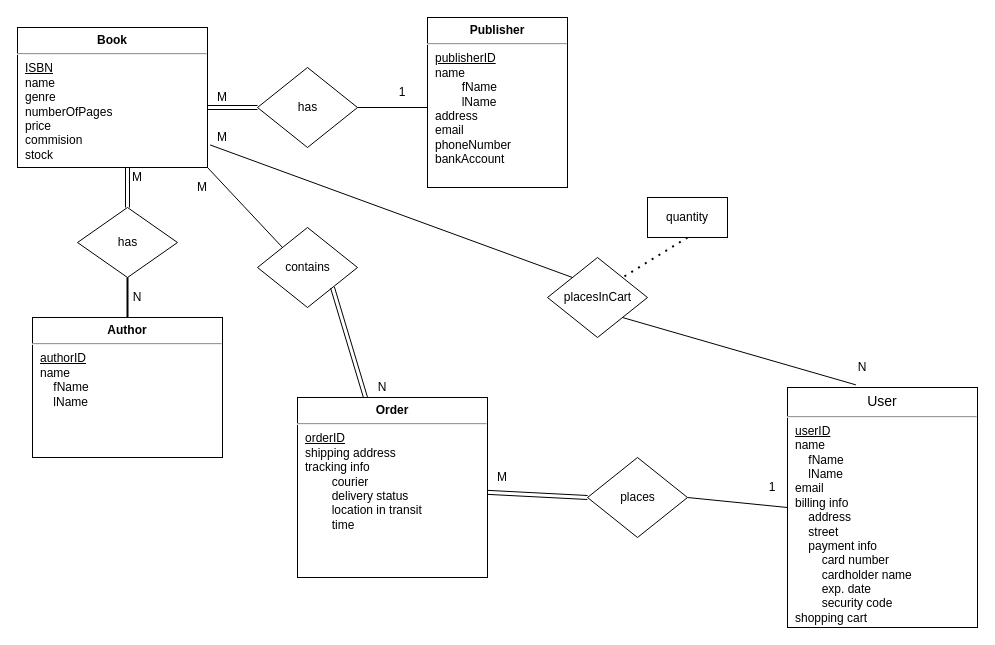
Before: report/ERDiagram.drawio in phampe68/COMP3005FinalProject, a draw.io diagram. Source tidied: cells renumbered, new cells numbered last; positions are measured from the earlier drawing's top-left corner, leaving out a move shared by most shapes. Both pictures are drawn from the tidied source at 100%, with x=0, y=0 at pixel (17, 17).
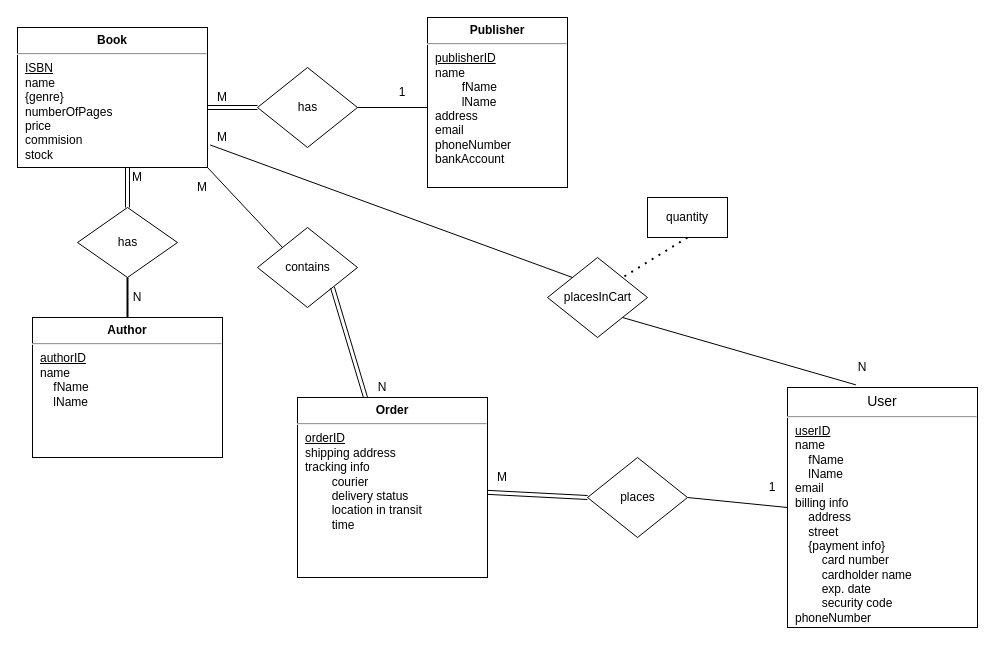
After the change.

The edit, as a diff of the source:
```diff
@@
-    <mxCell id="12" value="&lt;p style=&quot;margin: 0px ; margin-top: 6px ; text-align: center&quot;&gt;&lt;b&gt;Book&lt;/b&gt;&lt;/p&gt;&lt;hr&gt;&lt;p style=&quot;margin: 0px ; margin-left: 8px&quot;&gt;&lt;u&gt;ISBN&lt;/u&gt;&lt;/p&gt;&lt;p style=&quot;margin: 0px ; margin-left: 8px&quot;&gt;name&lt;/p&gt;&lt;p style=&quot;margin: 0px ; margin-left: 8px&quot;&gt;genre&lt;/p&gt;&lt;p style=&quot;margin: 0px ; margin-left: 8px&quot;&gt;numberOfPages&lt;/p&gt;&lt;p style=&quot;margin: 0px ; margin-left: 8px&quot;&gt;price&lt;/p&gt;&lt;p style=&quot;margin: 0px ; margin-left: 8px&quot;&gt;commision&lt;/p&gt;&lt;p style=&quot;margin: 0px ; margin-left: 8px&quot;&gt;stock&lt;/p&gt;&lt;p style=&quot;margin: 0px ; margin-left: 8px&quot;&gt;&lt;br&gt;&lt;/p&gt;&lt;p style=&quot;margin: 0px ; margin-left: 8px&quot;&gt;&lt;br&gt;&lt;/p&gt;&lt;p style=&quot;margin: 0px ; margin-left: 8px&quot;&gt;&lt;br&gt;&lt;/p&gt;&lt;p style=&quot;margin: 0px ; margin-left: 8px&quot;&gt;&lt;br&gt;&lt;/p&gt;&lt;p style=&quot;margin: 0px ; margin-left: 8px&quot;&gt;&lt;br&gt;&lt;/p&gt;&lt;p style=&quot;margin: 0px ; margin-left: 8px&quot;&gt;&lt;br&gt;&lt;/p&gt;" style="align=left;overflow=fill;html=1;" parent="1" vertex="1">
+    <mxCell id="12" value="&lt;p style=&quot;margin: 0px ; margin-top: 6px ; text-align: center&quot;&gt;&lt;b&gt;Book&lt;/b&gt;&lt;/p&gt;&lt;hr&gt;&lt;p style=&quot;margin: 0px ; margin-left: 8px&quot;&gt;&lt;u&gt;ISBN&lt;/u&gt;&lt;/p&gt;&lt;p style=&quot;margin: 0px ; margin-left: 8px&quot;&gt;name&lt;/p&gt;&lt;p style=&quot;margin: 0px ; margin-left: 8px&quot;&gt;{genre}&lt;/p&gt;&lt;p style=&quot;margin: 0px ; margin-left: 8px&quot;&gt;numberOfPages&lt;/p&gt;&lt;p style=&quot;margin: 0px ; margin-left: 8px&quot;&gt;price&lt;/p&gt;&lt;p style=&quot;margin: 0px ; margin-left: 8px&quot;&gt;commision&lt;/p&gt;&lt;p style=&quot;margin: 0px ; margin-left: 8px&quot;&gt;stock&lt;/p&gt;&lt;p style=&quot;margin: 0px ; margin-left: 8px&quot;&gt;&lt;br&gt;&lt;/p&gt;&lt;p style=&quot;margin: 0px ; margin-left: 8px&quot;&gt;&lt;br&gt;&lt;/p&gt;&lt;p style=&quot;margin: 0px ; margin-left: 8px&quot;&gt;&lt;br&gt;&lt;/p&gt;&lt;p style=&quot;margin: 0px ; margin-left: 8px&quot;&gt;&lt;br&gt;&lt;/p&gt;&lt;p style=&quot;margin: 0px ; margin-left: 8px&quot;&gt;&lt;br&gt;&lt;/p&gt;&lt;p style=&quot;margin: 0px ; margin-left: 8px&quot;&gt;&lt;br&gt;&lt;/p&gt;" style="align=left;overflow=fill;html=1;" parent="1" vertex="1">
       <mxGeometry y="10" width="190" height="140" as="geometry" />
     </mxCell>
@@
-    <mxCell id="15" value="&lt;p style=&quot;margin: 0px ; margin-top: 6px ; text-align: center&quot;&gt;&lt;span style=&quot;font-size: 14px&quot;&gt;User&lt;/span&gt;&lt;br&gt;&lt;/p&gt;&lt;hr&gt;&lt;p style=&quot;margin: 0px ; margin-left: 8px&quot;&gt;&lt;u&gt;userID&lt;/u&gt;&lt;/p&gt;&lt;p style=&quot;margin: 0px ; margin-left: 8px&quot;&gt;name&lt;br style=&quot;padding: 0px ; margin: 0px&quot;&gt;&amp;nbsp;&amp;nbsp;&amp;nbsp;&amp;nbsp;fName&lt;br style=&quot;padding: 0px ; margin: 0px&quot;&gt;&amp;nbsp;&amp;nbsp;&amp;nbsp;&amp;nbsp;lName&lt;br style=&quot;padding: 0px ; margin: 0px&quot;&gt;email&lt;br style=&quot;padding: 0px ; margin: 0px&quot;&gt;billing info&lt;br style=&quot;padding: 0px ; margin: 0px&quot;&gt;&amp;nbsp;&amp;nbsp;&amp;nbsp;&amp;nbsp;address&lt;br style=&quot;padding: 0px ; margin: 0px&quot;&gt;&amp;nbsp;&amp;nbsp;&amp;nbsp;&amp;nbsp;street&lt;br style=&quot;padding: 0px ; margin: 0px&quot;&gt;&amp;nbsp;&amp;nbsp;&amp;nbsp;&amp;nbsp;payment info&lt;br style=&quot;padding: 0px ; margin: 0px&quot;&gt;&amp;nbsp;&amp;nbsp;&amp;nbsp;&amp;nbsp;&amp;nbsp;&amp;nbsp;&amp;nbsp;&amp;nbsp;card number&lt;br style=&quot;padding: 0px ; margin: 0px&quot;&gt;&amp;nbsp;&amp;nbsp;&amp;nbsp;&amp;nbsp;&amp;nbsp;&amp;nbsp;&amp;nbsp;&amp;nbsp;cardholder name&lt;br style=&quot;padding: 0px ; margin: 0px&quot;&gt;&amp;nbsp;&amp;nbsp;&amp;nbsp;&amp;nbsp;&amp;nbsp;&amp;nbsp;&amp;nbsp;&amp;nbsp;exp. date&lt;br style=&quot;padding: 0px ; margin: 0px&quot;&gt;&amp;nbsp;&amp;nbsp;&amp;nbsp;&amp;nbsp;&amp;nbsp;&amp;nbsp;&amp;nbsp;&amp;nbsp;security code&lt;/p&gt;&lt;p style=&quot;margin: 0px ; margin-left: 8px&quot;&gt;shopping cart&lt;/p&gt;&lt;p style=&quot;margin: 0px ; margin-left: 8px&quot;&gt;&lt;span style=&quot;white-space: pre&quot;&gt;&#9;&lt;/span&gt;&lt;br&gt;&lt;/p&gt;&lt;div style=&quot;padding: 0px ; margin: 0px&quot;&gt;&lt;br style=&quot;padding: 0px ; margin: 0px&quot;&gt;&lt;/div&gt;&lt;div style=&quot;padding: 0px ; margin: 0px&quot;&gt;&lt;br style=&quot;padding: 0px ; margin: 0px&quot;&gt;&lt;/div&gt;&lt;p style=&quot;margin: 0px ; margin-left: 8px&quot;&gt;&lt;br&gt;&lt;/p&gt;&lt;p style=&quot;margin: 0px ; margin-left: 8px&quot;&gt;&lt;br&gt;&lt;/p&gt;&lt;p style=&quot;margin: 0px ; margin-left: 8px&quot;&gt;&lt;br&gt;&lt;/p&gt;&lt;p style=&quot;margin: 0px ; margin-left: 8px&quot;&gt;&lt;br&gt;&lt;/p&gt;&lt;p style=&quot;margin: 0px ; margin-left: 8px&quot;&gt;&lt;br&gt;&lt;/p&gt;&lt;p style=&quot;margin: 0px ; margin-left: 8px&quot;&gt;&lt;br&gt;&lt;/p&gt;&lt;p style=&quot;margin: 0px ; margin-left: 8px&quot;&gt;&lt;br&gt;&lt;/p&gt;" style="align=left;overflow=fill;html=1;" parent="1" vertex="1">
+    <mxCell id="15" value="&lt;p style=&quot;margin: 0px ; margin-top: 6px ; text-align: center&quot;&gt;&lt;span style=&quot;font-size: 14px&quot;&gt;User&lt;/span&gt;&lt;br&gt;&lt;/p&gt;&lt;hr&gt;&lt;p style=&quot;margin: 0px ; margin-left: 8px&quot;&gt;&lt;u&gt;userID&lt;/u&gt;&lt;/p&gt;&lt;p style=&quot;margin: 0px ; margin-left: 8px&quot;&gt;name&lt;br style=&quot;padding: 0px ; margin: 0px&quot;&gt;&amp;nbsp;&amp;nbsp;&amp;nbsp;&amp;nbsp;fName&lt;br style=&quot;padding: 0px ; margin: 0px&quot;&gt;&amp;nbsp;&amp;nbsp;&amp;nbsp;&amp;nbsp;lName&lt;br style=&quot;padding: 0px ; margin: 0px&quot;&gt;email&lt;br style=&quot;padding: 0px ; margin: 0px&quot;&gt;billing info&lt;br style=&quot;padding: 0px ; margin: 0px&quot;&gt;&amp;nbsp;&amp;nbsp;&amp;nbsp;&amp;nbsp;address&lt;br style=&quot;padding: 0px ; margin: 0px&quot;&gt;&amp;nbsp;&amp;nbsp;&amp;nbsp;&amp;nbsp;street&lt;br style=&quot;padding: 0px ; margin: 0px&quot;&gt;&amp;nbsp; &amp;nbsp; {payment info}&lt;br style=&quot;padding: 0px ; margin: 0px&quot;&gt;&amp;nbsp;&amp;nbsp;&amp;nbsp;&amp;nbsp;&amp;nbsp;&amp;nbsp;&amp;nbsp;&amp;nbsp;card number&lt;br style=&quot;padding: 0px ; margin: 0px&quot;&gt;&amp;nbsp;&amp;nbsp;&amp;nbsp;&amp;nbsp;&amp;nbsp;&amp;nbsp;&amp;nbsp;&amp;nbsp;cardholder name&lt;br style=&quot;padding: 0px ; margin: 0px&quot;&gt;&amp;nbsp;&amp;nbsp;&amp;nbsp;&amp;nbsp;&amp;nbsp;&amp;nbsp;&amp;nbsp;&amp;nbsp;exp. date&lt;br style=&quot;padding: 0px ; margin: 0px&quot;&gt;&amp;nbsp;&amp;nbsp;&amp;nbsp;&amp;nbsp;&amp;nbsp;&amp;nbsp;&amp;nbsp;&amp;nbsp;security code&lt;/p&gt;&lt;p style=&quot;margin: 0px ; margin-left: 8px&quot;&gt;phoneNumber&lt;/p&gt;&lt;p style=&quot;margin: 0px ; margin-left: 8px&quot;&gt;&lt;span style=&quot;white-space: pre&quot;&gt;&#9;&lt;/span&gt;&lt;br&gt;&lt;/p&gt;&lt;div style=&quot;padding: 0px ; margin: 0px&quot;&gt;&lt;br style=&quot;padding: 0px ; margin: 0px&quot;&gt;&lt;/div&gt;&lt;div style=&quot;padding: 0px ; margin: 0px&quot;&gt;&lt;br style=&quot;padding: 0px ; margin: 0px&quot;&gt;&lt;/div&gt;&lt;p style=&quot;margin: 0px ; margin-left: 8px&quot;&gt;&lt;br&gt;&lt;/p&gt;&lt;p style=&quot;margin: 0px ; margin-left: 8px&quot;&gt;&lt;br&gt;&lt;/p&gt;&lt;p style=&quot;margin: 0px ; margin-left: 8px&quot;&gt;&lt;br&gt;&lt;/p&gt;&lt;p style=&quot;margin: 0px ; margin-left: 8px&quot;&gt;&lt;br&gt;&lt;/p&gt;&lt;p style=&quot;margin: 0px ; margin-left: 8px&quot;&gt;&lt;br&gt;&lt;/p&gt;&lt;p style=&quot;margin: 0px ; margin-left: 8px&quot;&gt;&lt;br&gt;&lt;/p&gt;&lt;p style=&quot;margin: 0px ; margin-left: 8px&quot;&gt;&lt;br&gt;&lt;/p&gt;" style="align=left;overflow=fill;html=1;" parent="1" vertex="1">
       <mxGeometry x="770" y="370" width="190" height="240" as="geometry" />
     </mxCell>
```
